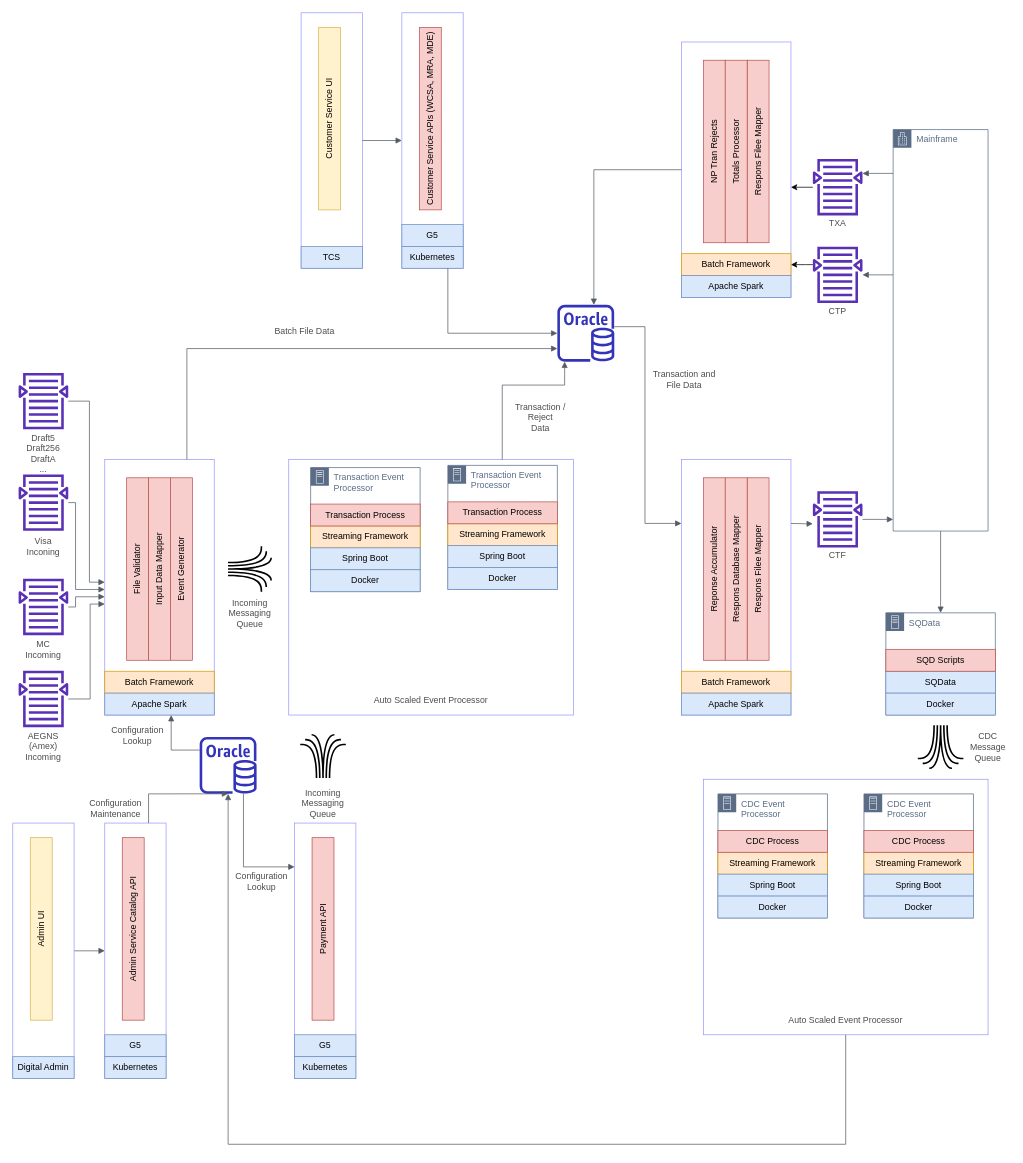
This is DrawIO/FCS Digital Platform.drawio from josephlim75/technologies, a draw.io file, before an edit. Source tidied: cells renumbered, new cells numbered last; positions are measured from the earlier drawing's top-left corner, leaving out a move shared by most shapes. Both pictures are drawn from the tidied source at 73%, with x=0, y=0 at pixel (-50, 12).
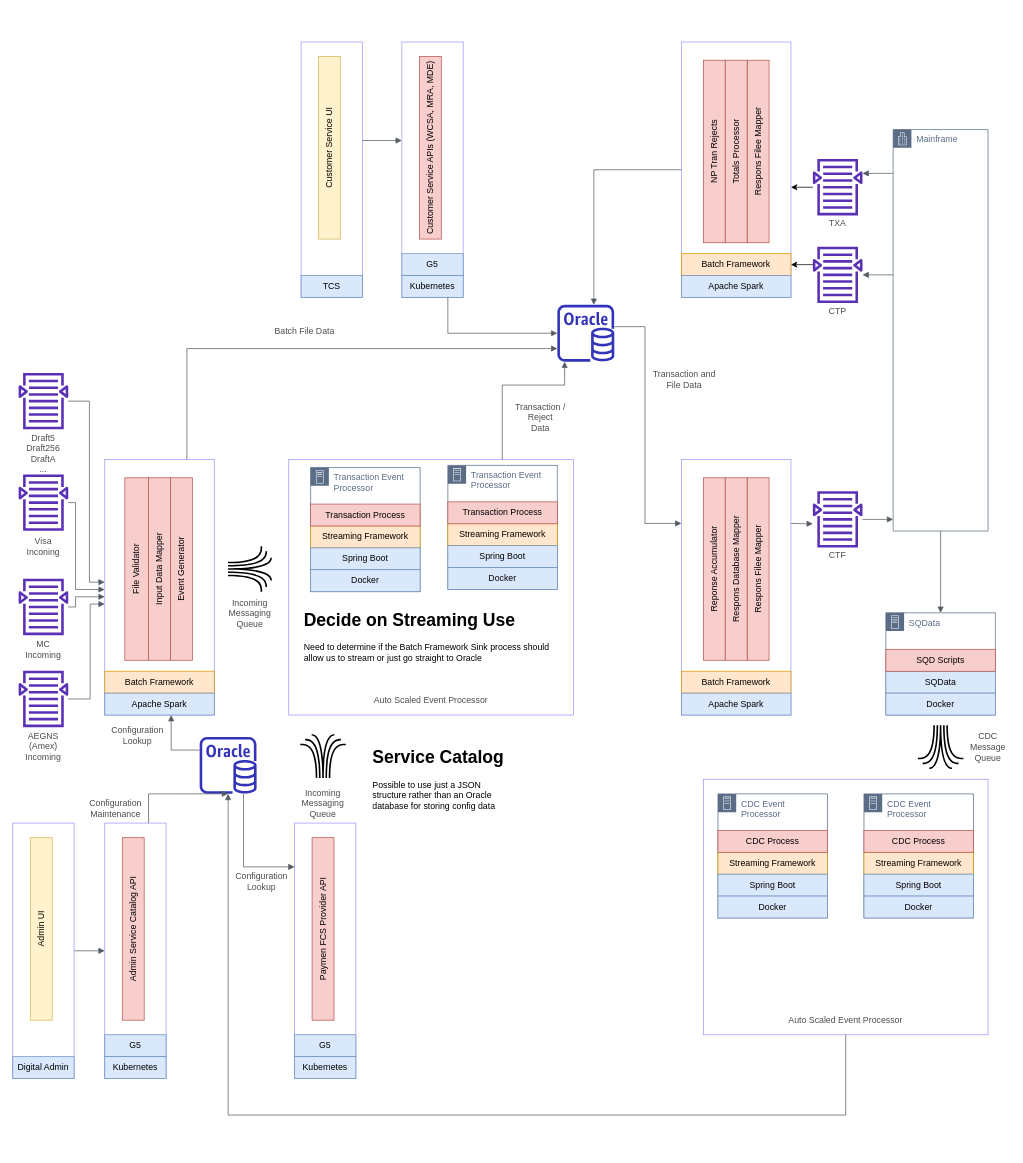
After the change.

Commit message:
Update FCS diagram

The change refers to these unchanged cells:
```xml
<mxCell id="78" style="group;" parent="1" vertex="1">
  <mxGeometry x="472" y="1110" width="84" height="350" as="geometry" />
</mxCell>
<mxCell id="98" style="outlineConnect=0;fontColor=#232F3E;gradientColor=none;fillColor=#3334B9;strokeColor=none;dashed=0;verticalLabelPosition=bottom;verticalAlign=top;align=center;html=1;fontSize=12;fontStyle=0;shape=mxgraph.aws4.rds_oracle_instance;shadow=0;labelBackgroundColor=none;" parent="1" vertex="1">
  <mxGeometry x="342" y="992" width="78" height="78" as="geometry" />
</mxCell>
<mxCell id="103" style="rounded=0;whiteSpace=wrap;html=1;strokeColor=#9999FF;" parent="1" vertex="1">
  <mxGeometry x="1032" y="1050" width="390" height="350" as="geometry" />
</mxCell>
```

What changed in the source:
```diff
@@
     <mxCell id="3" value="File Validator" style="rounded=0;whiteSpace=wrap;html=1;strokeColor=#b85450;labelBackgroundColor=none;rotation=-90;fillColor=#f8cecc;" parent="1" vertex="1">
-      <mxGeometry x="132" y="747" width="250" height="30" as="geometry" />
+      <mxGeometry x="131" y="745.5" width="250" height="33" as="geometry" />
     </mxCell>
@@
     <mxCell id="58" style="group;" parent="1" vertex="1">
-      <mxGeometry x="619" width="84" height="350" as="geometry" />
+      <mxGeometry x="619" y="40" width="84" height="350" as="geometry" />
     </mxCell>
@@
     <mxCell id="63" style="group;" parent="1" vertex="1">
-      <mxGeometry x="481" width="84" height="350" as="geometry" />
+      <mxGeometry x="481" y="40" width="84" height="350" as="geometry" />
     </mxCell>
@@
-    <mxCell id="82" value="Payment API" style="rounded=0;whiteSpace=wrap;html=1;strokeColor=#b85450;labelBackgroundColor=none;rotation=-90;fillColor=#f8cecc;" parent="78" vertex="1">
+    <mxCell id="82" value="Paymen FCS Provider API" style="rounded=0;whiteSpace=wrap;html=1;strokeColor=#b85450;labelBackgroundColor=none;rotation=-90;fillColor=#f8cecc;" parent="78" vertex="1">
       <mxGeometry x="-86" y="130" width="250" height="30" as="geometry" />
     </mxCell>
@@
     <mxCell id="107" style="edgeStyle=orthogonalEdgeStyle;html=1;endArrow=none;elbow=vertical;startArrow=block;startFill=1;strokeColor=#545B64;rounded=0;fontColor=#4D4D4D;" parent="1" edge="1" source="98" target="103">
       <mxGeometry relative="1" as="geometry">
         <Array as="points">
-          <mxPoint x="381" y="1550" />
-          <mxPoint x="1227" y="1550" />
+          <mxPoint x="381" y="1510" />
+          <mxPoint x="1227" y="1510" />
         </Array>
       </mxGeometry>
     </mxCell>
@@
+    <mxCell id="132" value="&lt;h1&gt;Service Catalog&lt;/h1&gt;&lt;p&gt;Possible to use just a JSON structure rather than an Oracle database for storing config data&lt;/p&gt;" style="text;html=1;strokeColor=none;fillColor=none;spacing=5;spacingTop=-20;whiteSpace=wrap;overflow=hidden;rounded=0;" parent="1" vertex="1">
+      <mxGeometry x="574" y="1000" width="190" height="120" as="geometry" />
+    </mxCell>
+    <mxCell id="133" value="&lt;h1&gt;Decide on Streaming Use&lt;/h1&gt;&lt;p&gt;Need to determine if the Batch Framework Sink process should allow us to stream or just go straight to Oracle&lt;/p&gt;" style="text;html=1;strokeColor=none;fillColor=none;spacing=5;spacingTop=-20;whiteSpace=wrap;overflow=hidden;rounded=0;" parent="1" vertex="1">
+      <mxGeometry x="480" y="812" width="360" height="120" as="geometry" />
+    </mxCell>
```
